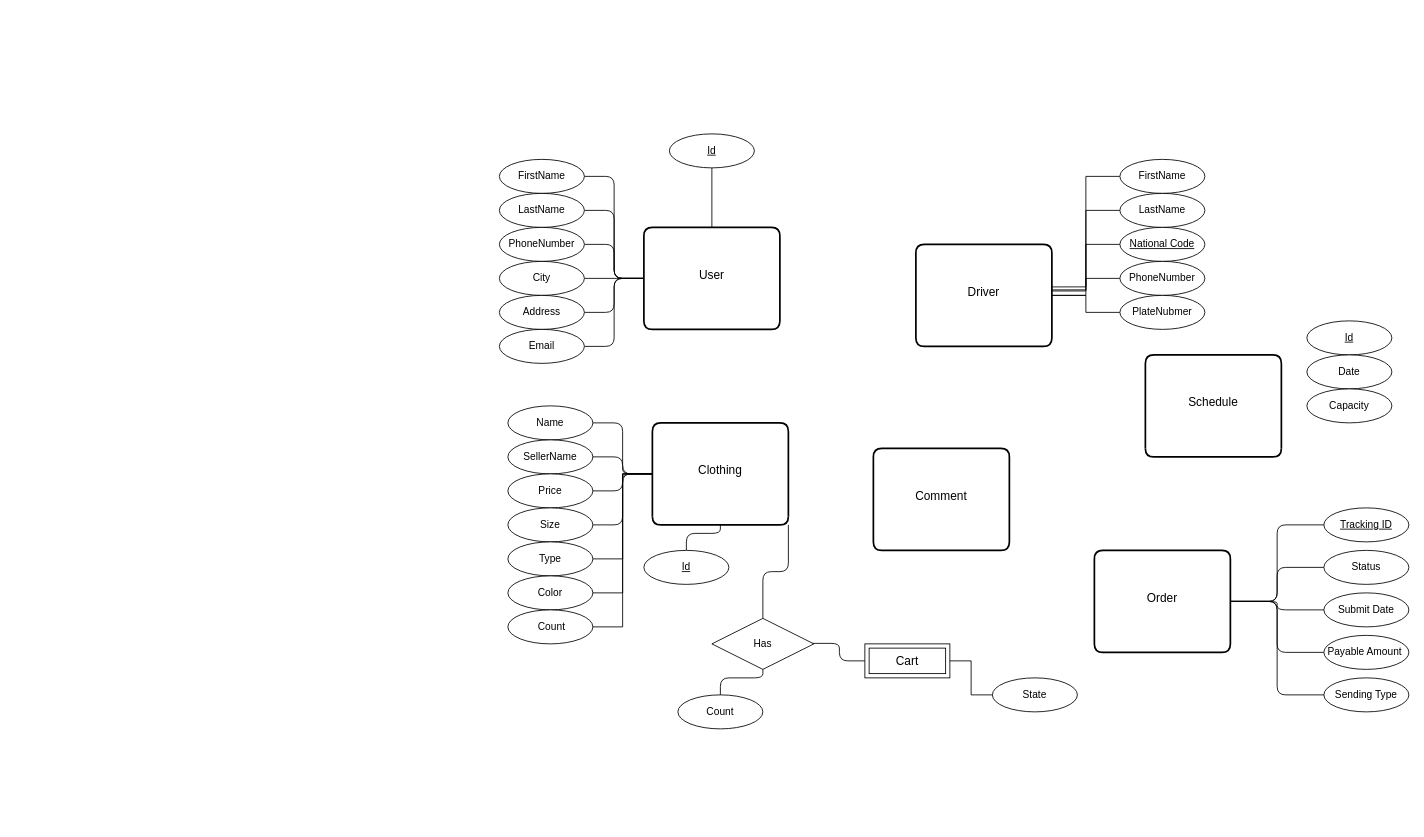
Earlier version of the draw.io diagram Market.drawio (yasharzb/Health-Management). Source tidied: cells renumbered, new cells numbered last; positions are measured from the earlier drawing's top-left corner, leaving out a move shared by most shapes. Both pictures are drawn from the tidied source at 85%, with x=0, y=0 at pixel (499, 133).
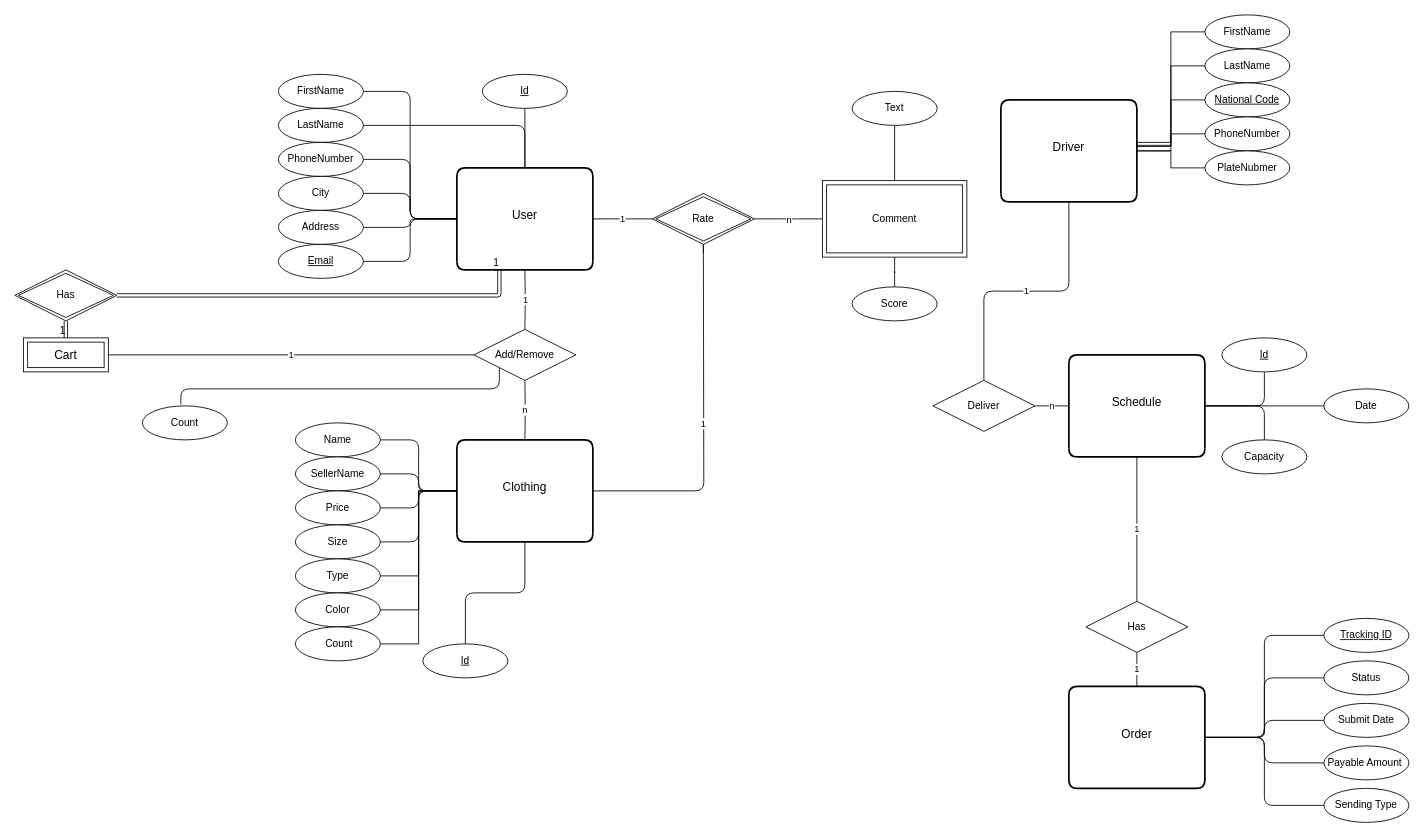
The same page after the edit.

Commit message:
Finalizing diagram

The edit, as a diff of the source:
```diff
@@
+    <mxCell id="69" value="1" style="edgeStyle=orthogonalEdgeStyle;rounded=1;jettySize=auto;html=1;endArrow=none;endFill=0;" parent="1" edge="1" source="2">
+      <mxGeometry relative="1" as="geometry">
+        <mxPoint x="180" y="100" as="targetPoint" />
+      </mxGeometry>
+    </mxCell>
     <mxCell id="2" value="User" style="swimlane;horizontal=1;startSize=110;rounded=1;fontSize=14;fontStyle=0;strokeWidth=2;shadow=0;dashed=0;align=center;swimlaneLine=0;" parent="1" vertex="1">
-      <mxGeometry x="170" y="110" width="160" height="120" as="geometry" />
+      <mxGeometry x="-50" y="40" width="160" height="120" as="geometry" />
     </mxCell>
@@
+    <mxCell id="70" value="1" style="edgeStyle=orthogonalEdgeStyle;rounded=1;jettySize=auto;html=1;exitX=1;exitY=0.5;exitDx=0;exitDy=0;entryX=0.5;entryY=1;entryDx=0;entryDy=0;endArrow=none;endFill=0;" parent="1" edge="1" source="4">
+      <mxGeometry relative="1" as="geometry">
+        <mxPoint x="240" y="130" as="targetPoint" />
+      </mxGeometry>
+    </mxCell>
     <mxCell id="4" value="Clothing" style="swimlane;horizontal=1;startSize=110;rounded=1;fontSize=14;fontStyle=0;strokeWidth=2;shadow=0;dashed=0;align=center;swimlaneLine=0;" parent="1" vertex="1">
-      <mxGeometry x="180" y="340" width="160" height="120" as="geometry" />
+      <mxGeometry x="-50" y="360" width="160" height="120" as="geometry" />
     </mxCell>
-    <mxCell id="5" style="edgeStyle=orthogonalEdgeStyle;rounded=1;jettySize=auto;html=1;exitX=0;exitY=0.5;exitDx=0;exitDy=0;entryX=0.943;entryY=0.49;entryDx=0;entryDy=0;entryPerimeter=0;endArrow=none;endFill=0;" parent="1" edge="1" source="53" target="33">
-      <mxGeometry relative="1" as="geometry" />
-    </mxCell>
@@
     <mxCell id="7" value="Order" style="swimlane;horizontal=1;startSize=110;rounded=1;fontSize=14;fontStyle=0;strokeWidth=2;shadow=0;dashed=0;align=center;swimlaneLine=0;" parent="1" vertex="1">
-      <mxGeometry x="700" y="490" width="160" height="120" as="geometry" />
+      <mxGeometry x="670" y="650" width="160" height="120" as="geometry" />
     </mxCell>
     <mxCell id="8" value="Driver" style="swimlane;horizontal=1;startSize=110;rounded=1;fontSize=14;fontStyle=0;strokeWidth=2;shadow=0;dashed=0;align=center;swimlaneLine=0;" parent="1" vertex="1">
-      <mxGeometry x="490" y="130" width="160" height="120" as="geometry" />
+      <mxGeometry x="590" y="-40" width="160" height="120" as="geometry" />
     </mxCell>
+    <mxCell id="71" value="1" style="edgeStyle=orthogonalEdgeStyle;rounded=1;jettySize=auto;html=1;exitX=0.5;exitY=1;exitDx=0;exitDy=0;entryX=0.5;entryY=0;entryDx=0;entryDy=0;endArrow=none;endFill=0;" parent="1" edge="1" source="9" target="33">
+      <mxGeometry relative="1" as="geometry" />
+    </mxCell>
     <mxCell id="9" value="Schedule" style="swimlane;horizontal=1;startSize=110;rounded=1;fontSize=14;fontStyle=0;strokeWidth=2;shadow=0;dashed=0;align=center;swimlaneLine=0;" parent="1" vertex="1">
-      <mxGeometry x="760" y="260" width="160" height="120" as="geometry" />
+      <mxGeometry x="670" y="260" width="160" height="120" as="geometry" />
     </mxCell>
-    <mxCell id="10" value="Comment" style="swimlane;horizontal=1;startSize=110;rounded=1;fontSize=14;fontStyle=0;strokeWidth=2;shadow=0;dashed=0;align=center;swimlaneLine=0;" parent="1" vertex="1">
-      <mxGeometry x="440" y="370" width="160" height="120" as="geometry" />
-    </mxCell>
@@
     <mxCell id="12" value="FirstName" style="ellipse;whiteSpace=wrap;html=1;align=center;" parent="1" vertex="1">
-      <mxGeometry y="30" width="100" height="40" as="geometry" />
+      <mxGeometry x="-260" y="-70" width="100" height="40" as="geometry" />
     </mxCell>
@@
     <mxCell id="14" value="LastName" style="ellipse;whiteSpace=wrap;html=1;align=center;" parent="1" vertex="1">
-      <mxGeometry y="70" width="100" height="40" as="geometry" />
+      <mxGeometry x="-260" y="-30" width="100" height="40" as="geometry" />
     </mxCell>
@@
     <mxCell id="16" value="PhoneNumber" style="ellipse;whiteSpace=wrap;html=1;align=center;" parent="1" vertex="1">
-      <mxGeometry y="110" width="100" height="40" as="geometry" />
+      <mxGeometry x="-260" y="10" width="100" height="40" as="geometry" />
     </mxCell>
@@
     <mxCell id="18" value="City" style="ellipse;whiteSpace=wrap;html=1;align=center;" parent="1" vertex="1">
-      <mxGeometry y="150" width="100" height="40" as="geometry" />
+      <mxGeometry x="-260" y="50" width="100" height="40" as="geometry" />
     </mxCell>
@@
     <mxCell id="20" value="Address" style="ellipse;whiteSpace=wrap;html=1;align=center;" parent="1" vertex="1">
-      <mxGeometry y="190" width="100" height="40" as="geometry" />
+      <mxGeometry x="-260" y="90" width="100" height="40" as="geometry" />
     </mxCell>
@@
-    <mxCell id="22" value="Email" style="ellipse;whiteSpace=wrap;html=1;align=center;" parent="1" vertex="1">
-      <mxGeometry y="230" width="100" height="40" as="geometry" />
+    <mxCell id="22" value="&lt;u&gt;Email&lt;/u&gt;" style="ellipse;whiteSpace=wrap;html=1;align=center;" parent="1" vertex="1">
+      <mxGeometry x="-260" y="130" width="100" height="40" as="geometry" />
     </mxCell>
     <mxCell id="23" value="Name" style="ellipse;whiteSpace=wrap;html=1;align=center;" parent="1" vertex="1">
-      <mxGeometry x="10" y="320" width="100" height="40" as="geometry" />
+      <mxGeometry x="-240" y="340" width="100" height="40" as="geometry" />
     </mxCell>
@@
     <mxCell id="25" value="SellerName" style="ellipse;whiteSpace=wrap;html=1;align=center;" parent="1" vertex="1">
-      <mxGeometry x="10" y="360" width="100" height="40" as="geometry" />
+      <mxGeometry x="-240" y="380" width="100" height="40" as="geometry" />
     </mxCell>
@@
     <mxCell id="27" value="Price" style="ellipse;whiteSpace=wrap;html=1;align=center;" parent="1" vertex="1">
-      <mxGeometry x="10" y="400" width="100" height="40" as="geometry" />
+      <mxGeometry x="-240" y="420" width="100" height="40" as="geometry" />
     </mxCell>
@@
     <mxCell id="29" value="Size" style="ellipse;whiteSpace=wrap;html=1;align=center;" parent="1" vertex="1">
-      <mxGeometry x="10" y="440" width="100" height="40" as="geometry" />
+      <mxGeometry x="-240" y="460" width="100" height="40" as="geometry" />
     </mxCell>
@@
     <mxCell id="31" value="Id" style="ellipse;whiteSpace=wrap;html=1;align=center;fontStyle=4;" parent="1" vertex="1">
-      <mxGeometry x="170" y="490" width="100" height="40" as="geometry" />
+      <mxGeometry x="-90" y="600" width="100" height="40" as="geometry" />
     </mxCell>
-    <mxCell id="32" style="edgeStyle=orthogonalEdgeStyle;rounded=1;jettySize=auto;html=1;exitX=0.5;exitY=0;exitDx=0;exitDy=0;entryX=1;entryY=1;entryDx=0;entryDy=0;endArrow=none;endFill=0;" parent="1" edge="1" source="33" target="4">
-      <mxGeometry relative="1" as="geometry" />
-    </mxCell>
-    <mxCell id="33" value="Has" style="shape=rhombus;perimeter=rhombusPerimeter;whiteSpace=wrap;html=1;align=center;" parent="1" vertex="1">
-      <mxGeometry x="250" y="570" width="120" height="60" as="geometry" />
-    </mxCell>
-    <mxCell id="34" style="edgeStyle=orthogonalEdgeStyle;rounded=1;jettySize=auto;html=1;endArrow=none;endFill=0;" parent="1" edge="1" source="35" target="33">
-      <mxGeometry relative="1" as="geometry" />
-    </mxCell>
+    <mxCell id="72" style="edgeStyle=orthogonalEdgeStyle;rounded=1;jettySize=auto;html=1;exitX=0.453;exitY=-0.042;exitDx=0;exitDy=0;endArrow=none;endFill=0;entryX=0;entryY=1;entryDx=0;entryDy=0;exitPerimeter=0;" parent="1" edge="1" source="35" target="88">
+      <mxGeometry relative="1" as="geometry">
+        <Array as="points">
+          <mxPoint x="-375" y="300" />
+          <mxPoint y="300" />
+        </Array>
+      </mxGeometry>
+    </mxCell>
     <mxCell id="35" value="Count" style="ellipse;whiteSpace=wrap;html=1;align=center;" parent="1" vertex="1">
-      <mxGeometry x="210" y="660" width="100" height="40" as="geometry" />
+      <mxGeometry x="-420" y="320" width="100" height="40" as="geometry" />
     </mxCell>
@@
     <mxCell id="37" value="Tracking ID" style="ellipse;whiteSpace=wrap;html=1;align=center;fontStyle=4;" parent="1" vertex="1">
-      <mxGeometry x="970" y="440" width="100" height="40" as="geometry" />
+      <mxGeometry x="970" y="570" width="100" height="40" as="geometry" />
     </mxCell>
@@
     <mxCell id="39" value="Status" style="ellipse;whiteSpace=wrap;html=1;align=center;" parent="1" vertex="1">
-      <mxGeometry x="970" y="490" width="100" height="40" as="geometry" />
+      <mxGeometry x="970" y="620" width="100" height="40" as="geometry" />
     </mxCell>
@@
     <mxCell id="41" value="Submit Date" style="ellipse;whiteSpace=wrap;html=1;align=center;" parent="1" vertex="1">
-      <mxGeometry x="970" y="540" width="100" height="40" as="geometry" />
+      <mxGeometry x="970" y="670" width="100" height="40" as="geometry" />
     </mxCell>
@@
     <mxCell id="43" value="Payable Amount&amp;nbsp;" style="ellipse;whiteSpace=wrap;html=1;align=center;" parent="1" vertex="1">
-      <mxGeometry x="970" y="590" width="100" height="40" as="geometry" />
+      <mxGeometry x="970" y="720" width="100" height="40" as="geometry" />
     </mxCell>
     <mxCell id="44" value="Sending Type" style="ellipse;whiteSpace=wrap;html=1;align=center;" parent="1" vertex="1">
-      <mxGeometry x="970" y="640" width="100" height="40" as="geometry" />
+      <mxGeometry x="970" y="770" width="100" height="40" as="geometry" />
     </mxCell>
@@
     <mxCell id="46" value="Id" style="ellipse;whiteSpace=wrap;html=1;align=center;fontStyle=4;" parent="1" vertex="1">
-      <mxGeometry x="200" width="100" height="40" as="geometry" />
+      <mxGeometry x="-20" y="-70" width="100" height="40" as="geometry" />
     </mxCell>
@@
     <mxCell id="48" value="Type" style="ellipse;whiteSpace=wrap;html=1;align=center;" parent="1" vertex="1">
-      <mxGeometry x="10" y="480" width="100" height="40" as="geometry" />
+      <mxGeometry x="-240" y="500" width="100" height="40" as="geometry" />
     </mxCell>
@@
     <mxCell id="50" value="Color" style="ellipse;whiteSpace=wrap;html=1;align=center;" parent="1" vertex="1">
-      <mxGeometry x="10" y="520" width="100" height="40" as="geometry" />
+      <mxGeometry x="-240" y="540" width="100" height="40" as="geometry" />
     </mxCell>
@@
     <mxCell id="52" value="&amp;nbsp;Count" style="ellipse;whiteSpace=wrap;html=1;align=center;" parent="1" vertex="1">
-      <mxGeometry x="10" y="560" width="100" height="40" as="geometry" />
+      <mxGeometry x="-240" y="580" width="100" height="40" as="geometry" />
     </mxCell>
+    <mxCell id="73" value="1" style="edgeStyle=orthogonalEdgeStyle;rounded=1;jettySize=auto;html=1;exitX=1;exitY=0.5;exitDx=0;exitDy=0;entryX=0;entryY=0.5;entryDx=0;entryDy=0;endArrow=none;endFill=0;" parent="1" edge="1" source="53" target="88">
+      <mxGeometry relative="1" as="geometry" />
+    </mxCell>
     <mxCell id="53" value="&lt;span style=&quot;font-size: 14px&quot;&gt;Cart&lt;/span&gt;" style="shape=ext;margin=3;double=1;whiteSpace=wrap;html=1;align=center;" parent="1" vertex="1">
-      <mxGeometry x="430" y="600" width="100" height="40" as="geometry" />
+      <mxGeometry x="-560" y="240" width="100" height="40" as="geometry" />
     </mxCell>
-    <mxCell id="54" style="edgeStyle=orthogonalEdgeStyle;rounded=0;jettySize=auto;html=1;entryX=1;entryY=0.5;entryDx=0;entryDy=0;endArrow=none;endFill=0;" parent="1" edge="1" source="55" target="53">
-      <mxGeometry relative="1" as="geometry" />
-    </mxCell>
-    <mxCell id="55" value="State" style="ellipse;whiteSpace=wrap;html=1;align=center;" parent="1" vertex="1">
-      <mxGeometry x="580" y="640" width="100" height="40" as="geometry" />
-    </mxCell>
@@
     <mxCell id="57" value="FirstName" style="ellipse;whiteSpace=wrap;html=1;align=center;" parent="1" vertex="1">
-      <mxGeometry x="730" y="30" width="100" height="40" as="geometry" />
+      <mxGeometry x="830" y="-140" width="100" height="40" as="geometry" />
     </mxCell>
@@
     <mxCell id="59" value="LastName" style="ellipse;whiteSpace=wrap;html=1;align=center;" parent="1" vertex="1">
-      <mxGeometry x="730" y="70" width="100" height="40" as="geometry" />
+      <mxGeometry x="830" y="-100" width="100" height="40" as="geometry" />
     </mxCell>
@@
     <mxCell id="61" value="National Code" style="ellipse;whiteSpace=wrap;html=1;align=center;fontStyle=4;" parent="1" vertex="1">
-      <mxGeometry x="730" y="110" width="100" height="40" as="geometry" />
+      <mxGeometry x="830" y="-60" width="100" height="40" as="geometry" />
     </mxCell>
@@
     <mxCell id="63" value="PhoneNumber" style="ellipse;whiteSpace=wrap;html=1;align=center;" parent="1" vertex="1">
-      <mxGeometry x="730" y="150" width="100" height="40" as="geometry" />
+      <mxGeometry x="830" y="-20" width="100" height="40" as="geometry" />
     </mxCell>
@@
     <mxCell id="65" value="PlateNubmer" style="ellipse;whiteSpace=wrap;html=1;align=center;" parent="1" vertex="1">
-      <mxGeometry x="730" y="190" width="100" height="40" as="geometry" />
+      <mxGeometry x="830" y="20" width="100" height="40" as="geometry" />
     </mxCell>
+    <mxCell id="74" style="edgeStyle=orthogonalEdgeStyle;rounded=1;jettySize=auto;html=1;exitX=0.5;exitY=1;exitDx=0;exitDy=0;entryX=1;entryY=0.5;entryDx=0;entryDy=0;endArrow=none;endFill=0;" parent="1" edge="1" source="66" target="9">
+      <mxGeometry relative="1" as="geometry" />
+    </mxCell>
     <mxCell id="66" value="Id" style="ellipse;whiteSpace=wrap;html=1;align=center;fontStyle=4;" parent="1" vertex="1">
-      <mxGeometry x="950" y="220" width="100" height="40" as="geometry" />
+      <mxGeometry x="850" y="240" width="100" height="40" as="geometry" />
     </mxCell>
+    <mxCell id="75" style="edgeStyle=orthogonalEdgeStyle;rounded=1;jettySize=auto;html=1;exitX=0;exitY=0.5;exitDx=0;exitDy=0;entryX=1;entryY=0.5;entryDx=0;entryDy=0;endArrow=none;endFill=0;" parent="1" edge="1" source="67" target="9">
+      <mxGeometry relative="1" as="geometry" />
+    </mxCell>
     <mxCell id="67" value="Date" style="ellipse;whiteSpace=wrap;html=1;align=center;" parent="1" vertex="1">
-      <mxGeometry x="950" y="260" width="100" height="40" as="geometry" />
+      <mxGeometry x="970" y="300" width="100" height="40" as="geometry" />
     </mxCell>
+    <mxCell id="76" style="edgeStyle=orthogonalEdgeStyle;rounded=1;jettySize=auto;html=1;exitX=0.5;exitY=0;exitDx=0;exitDy=0;endArrow=none;endFill=0;" parent="1" edge="1" source="68" target="9">
+      <mxGeometry relative="1" as="geometry" />
+    </mxCell>
     <mxCell id="68" value="Capacity" style="ellipse;whiteSpace=wrap;html=1;align=center;" parent="1" vertex="1">
-      <mxGeometry x="950" y="300" width="100" height="40" as="geometry" />
+      <mxGeometry x="850" y="360" width="100" height="40" as="geometry" />
     </mxCell>
+    <mxCell id="77" value="1" style="edgeStyle=orthogonalEdgeStyle;rounded=1;jettySize=auto;html=1;exitX=0.5;exitY=1;exitDx=0;exitDy=0;entryX=0.5;entryY=0;entryDx=0;entryDy=0;endArrow=none;endFill=0;" parent="1" edge="1" source="33" target="7">
+      <mxGeometry relative="1" as="geometry" />
+    </mxCell>
+    <mxCell id="33" value="Has" style="shape=rhombus;perimeter=rhombusPerimeter;whiteSpace=wrap;html=1;align=center;" parent="1" vertex="1">
+      <mxGeometry x="690" y="550" width="120" height="60" as="geometry" />
+    </mxCell>
+    <mxCell id="78" value="n" style="edgeStyle=orthogonalEdgeStyle;rounded=1;jettySize=auto;html=1;exitX=1;exitY=0.5;exitDx=0;exitDy=0;entryX=0;entryY=0.5;entryDx=0;entryDy=0;endArrow=none;endFill=0;" parent="1" edge="1" source="80" target="9">
+      <mxGeometry relative="1" as="geometry" />
+    </mxCell>
+    <mxCell id="79" value="1" style="edgeStyle=orthogonalEdgeStyle;rounded=1;jettySize=auto;html=1;exitX=0.5;exitY=0;exitDx=0;exitDy=0;entryX=0.5;entryY=1;entryDx=0;entryDy=0;endArrow=none;endFill=0;" parent="1" edge="1" source="80" target="8">
+      <mxGeometry relative="1" as="geometry" />
+    </mxCell>
+    <mxCell id="80" value="Deliver" style="shape=rhombus;perimeter=rhombusPerimeter;whiteSpace=wrap;html=1;align=center;" parent="1" vertex="1">
+      <mxGeometry x="510" y="290" width="120" height="60" as="geometry" />
+    </mxCell>
+    <mxCell id="81" value="n" style="edgeStyle=orthogonalEdgeStyle;rounded=1;jettySize=auto;html=1;endArrow=none;endFill=0;" parent="1" edge="1" source="10">
+      <mxGeometry relative="1" as="geometry">
+        <mxPoint x="300" y="100" as="targetPoint" />
+      </mxGeometry>
+    </mxCell>
+    <mxCell id="10" value="Comment" style="shape=ext;margin=3;double=1;whiteSpace=wrap;html=1;align=center;" parent="1" vertex="1">
+      <mxGeometry x="380" y="55" width="170" height="90" as="geometry" />
+    </mxCell>
+    <mxCell id="82" value="1" style="edgeStyle=orthogonalEdgeStyle;rounded=1;jettySize=auto;html=1;exitX=0.5;exitY=0;exitDx=0;exitDy=0;entryX=0.5;entryY=1;entryDx=0;entryDy=0;endArrow=none;endFill=0;" parent="1" edge="1" target="2">
+      <mxGeometry relative="1" as="geometry">
+        <mxPoint x="30" y="230" as="sourcePoint" />
+      </mxGeometry>
+    </mxCell>
+    <mxCell id="83" value="n" style="edgeStyle=orthogonalEdgeStyle;rounded=1;jettySize=auto;html=1;exitX=0.5;exitY=1;exitDx=0;exitDy=0;entryX=0.5;entryY=0;entryDx=0;entryDy=0;endArrow=none;endFill=0;" parent="1" edge="1" target="4">
+      <mxGeometry relative="1" as="geometry">
+        <mxPoint x="30" y="290" as="sourcePoint" />
+      </mxGeometry>
+    </mxCell>
+    <mxCell id="84" style="edgeStyle=orthogonalEdgeStyle;rounded=1;jettySize=auto;html=1;endArrow=none;endFill=0;" parent="1" edge="1" source="85" target="10">
+      <mxGeometry relative="1" as="geometry" />
+    </mxCell>
+    <mxCell id="85" value="Score" style="ellipse;whiteSpace=wrap;html=1;align=center;" parent="1" vertex="1">
+      <mxGeometry x="415" y="180" width="100" height="40" as="geometry" />
+    </mxCell>
+    <mxCell id="86" style="edgeStyle=orthogonalEdgeStyle;rounded=1;jettySize=auto;html=1;endArrow=none;endFill=0;" parent="1" edge="1" source="87" target="10">
+      <mxGeometry relative="1" as="geometry" />
+    </mxCell>
+    <mxCell id="87" value="Text" style="ellipse;whiteSpace=wrap;html=1;align=center;" parent="1" vertex="1">
+      <mxGeometry x="415" y="-50" width="100" height="40" as="geometry" />
+    </mxCell>
+    <mxCell id="88" value="Add/Remove" style="shape=rhombus;perimeter=rhombusPerimeter;whiteSpace=wrap;html=1;align=center;" parent="1" vertex="1">
+      <mxGeometry x="-30" y="230" width="120" height="60" as="geometry" />
+    </mxCell>
+    <mxCell id="89" style="edgeStyle=orthogonalEdgeStyle;rounded=1;jettySize=auto;html=1;exitX=0;exitY=0.5;exitDx=0;exitDy=0;endArrow=none;endFill=0;" parent="1" edge="1" source="92">
+      <mxGeometry relative="1" as="geometry">
+        <mxPoint x="180" y="100" as="targetPoint" />
+      </mxGeometry>
+    </mxCell>
+    <mxCell id="90" style="edgeStyle=orthogonalEdgeStyle;rounded=1;jettySize=auto;html=1;exitX=1;exitY=0.5;exitDx=0;exitDy=0;endArrow=none;endFill=0;" parent="1" edge="1" source="92">
+      <mxGeometry relative="1" as="geometry">
+        <mxPoint x="300" y="100" as="targetPoint" />
+      </mxGeometry>
+    </mxCell>
+    <mxCell id="91" style="edgeStyle=orthogonalEdgeStyle;rounded=1;jettySize=auto;html=1;exitX=0.5;exitY=1;exitDx=0;exitDy=0;endArrow=none;endFill=0;" parent="1" edge="1" source="92">
+      <mxGeometry relative="1" as="geometry">
+        <mxPoint x="240" y="140" as="targetPoint" />
+      </mxGeometry>
+    </mxCell>
+    <mxCell id="92" value="Rate" style="shape=rhombus;double=1;perimeter=rhombusPerimeter;whiteSpace=wrap;html=1;align=center;" parent="1" vertex="1">
+      <mxGeometry x="180" y="70" width="120" height="60" as="geometry" />
+    </mxCell>
+    <mxCell id="93" value="Has" style="shape=rhombus;double=1;perimeter=rhombusPerimeter;whiteSpace=wrap;html=1;align=center;" parent="1" vertex="1">
+      <mxGeometry x="-570" y="160" width="120" height="60" as="geometry" />
+    </mxCell>
+    <mxCell id="94" style="shape=link;html=1;rounded=1;endArrow=none;endFill=0;strokeColor=#000000;exitX=1;exitY=0.5;exitDx=0;exitDy=0;" parent="1" edge="1" source="93">
+      <mxGeometry relative="1" as="geometry">
+        <mxPoint y="160" as="targetPoint" />
+        <Array as="points">
+          <mxPoint y="190" />
+        </Array>
+      </mxGeometry>
+    </mxCell>
+    <mxCell id="95" value="1" style="html=1;align=right;verticalAlign=bottom;" parent="94" vertex="1">
+      <mxGeometry x="1" relative="1" as="geometry" />
+    </mxCell>
+    <mxCell id="96" style="shape=link;html=1;rounded=0;endArrow=none;endFill=0;strokeColor=#000000;exitX=0.5;exitY=1;exitDx=0;exitDy=0;entryX=0.5;entryY=0;entryDx=0;entryDy=0;" parent="1" edge="1" source="93" target="53">
+      <mxGeometry relative="1" as="geometry" />
+    </mxCell>
+    <mxCell id="97" value="1" style="html=1;align=right;verticalAlign=bottom;" parent="96" vertex="1">
+      <mxGeometry x="1" relative="1" as="geometry" />
+    </mxCell>
```
